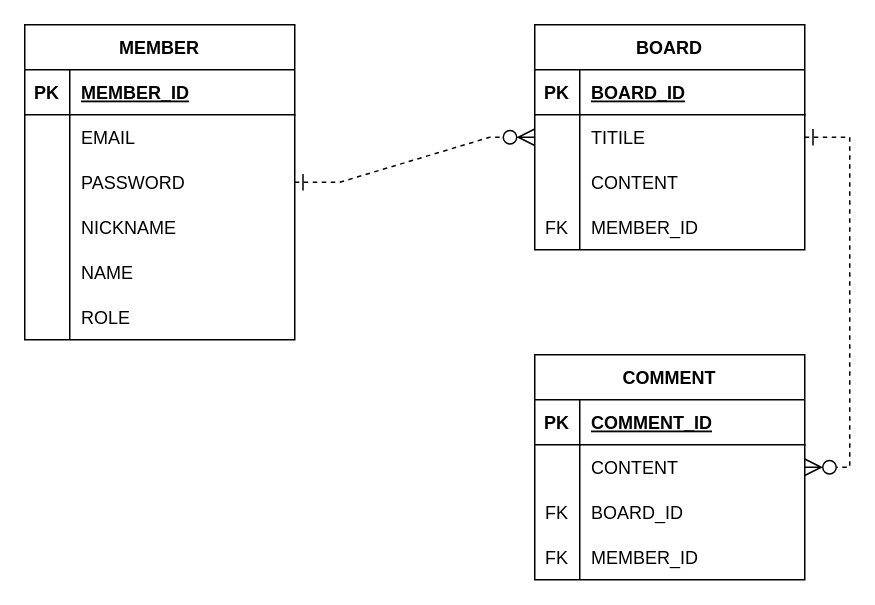
Earlier version of the draw.io diagram SecondProject/Second_Table.drawio (jungwoo-0530/Study). Source tidied: cells renumbered, new cells numbered last; positions are measured from the earlier drawing's top-left corner, leaving out a move shared by most shapes. Both pictures are drawn from the tidied source at 150%, with x=0, y=0 at pixel (24, 24).
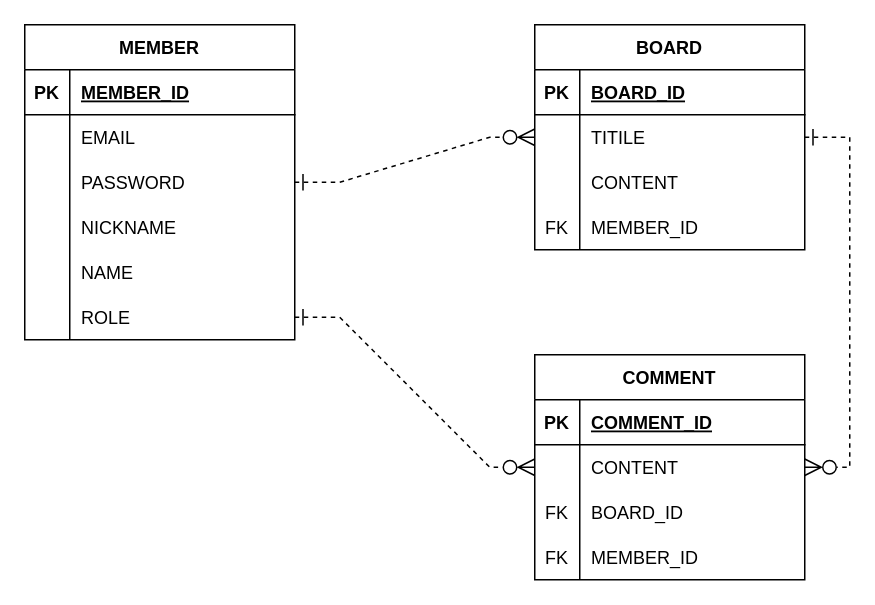
The same diagram, later.

The change refers to these unchanged cells:
```xml
<mxCell id="18" style="shape=partialRectangle;fillColor=none;top=0;left=0;bottom=0;right=0;points=[[0,0.5],[1,0.5]];portConstraint=eastwest;" parent="2" vertex="1">
  <mxGeometry y="180" width="180" height="30" as="geometry" />
</mxCell>
<mxCell id="38" style="shape=partialRectangle;fillColor=none;top=0;left=0;bottom=0;right=0;points=[[0,0.5],[1,0.5]];portConstraint=eastwest;" parent="34" vertex="1">
  <mxGeometry y="60" width="180" height="30" as="geometry" />
</mxCell>
```

Diff of the diagram source:
```diff
@@
+    <mxCell id="49" style="edgeStyle=entityRelationEdgeStyle;fontSize=12;html=1;endArrow=ERzeroToMany;startArrow=ERone;rounded=0;exitX=1;exitY=0.5;exitDx=0;exitDy=0;entryX=0;entryY=0.5;entryDx=0;entryDy=0;startFill=0;endFill=0;endSize=9;startSize=9;dashed=1;" parent="1" edge="1" source="18" target="38">
+      <mxGeometry relative="1" as="geometry" />
+    </mxCell>
```
